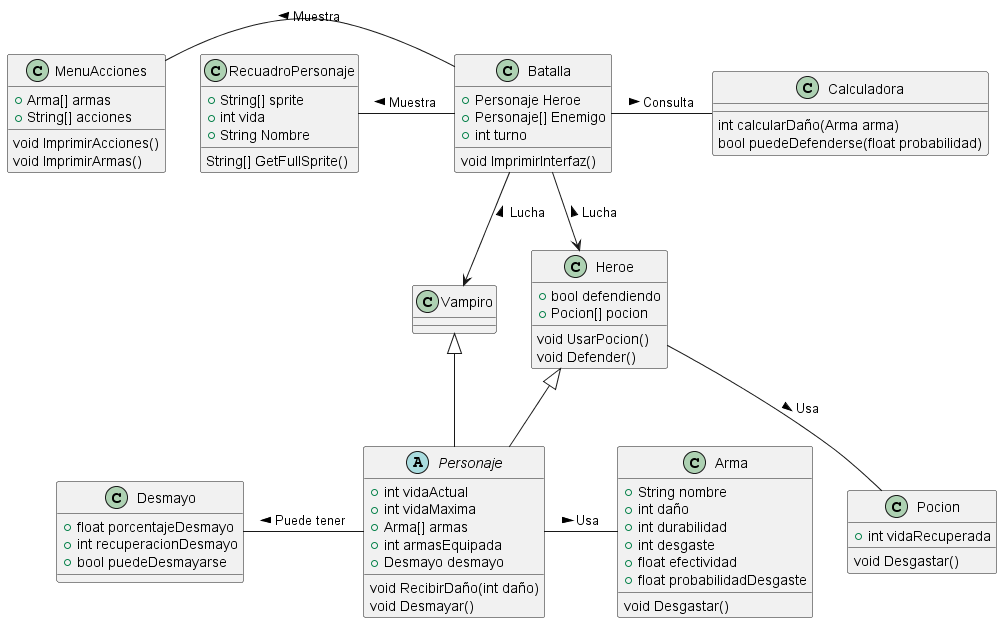
This is out/Grupo1/MDominio/Clases/Clases.png from mmasias/IdSw2-22-23, a PlantUML export, as it was before one commit. Source of this version:
```plantuml
@startuml Clases

class Batalla{
    +Personaje Heroe
    +Personaje[] Enemigo
    +int turno

    void ImprimirInterfaz()
}

abstract Personaje{
    +int vidaActual
    +int vidaMaxima
    +Arma[] armas
    +int armasEquipada
    +Desmayo desmayo
    void RecibirDaño(int daño)
    void Desmayar()
}

class Arma {
    +String nombre
    +int daño
    +int durabilidad
    +int desgaste
    +float efectividad
    +float probabilidadDesgaste
    void Desgastar()
}

class Desmayo{
    +float porcentajeDesmayo
    +int recuperacionDesmayo
    +bool puedeDesmayarse
}

class Vampiro{
}

class Heroe{
    +bool defendiendo
    +Pocion[] pocion
    void UsarPocion()
    void Defender()
}

class Pocion{
    +int vidaRecuperada
    void Desgastar()
}

class RecuadroPersonaje {
    +String[] sprite
    +int vida
    +String Nombre
    String[] GetFullSprite()
}

class MenuAcciones {
    +Arma[] armas
    +String[] acciones

    void ImprimirAcciones()
    void ImprimirArmas()

}

class Calculadora {
    int calcularDaño(Arma arma)
    bool puedeDefenderse(float probabilidad)
}

Batalla -l- RecuadroPersonaje : Muestra >
Batalla -l- MenuAcciones : Muestra >
Batalla -r- Calculadora : Consulta >

Personaje -u-|> Heroe
Personaje -u-|> Vampiro

Batalla -d-> Heroe : Lucha <
Batalla -d-> Vampiro : Lucha <


Heroe -d- Pocion : Usa >

Personaje -r- Arma : Usa >
Personaje -l- Desmayo : Puede tener >



@enduml
```
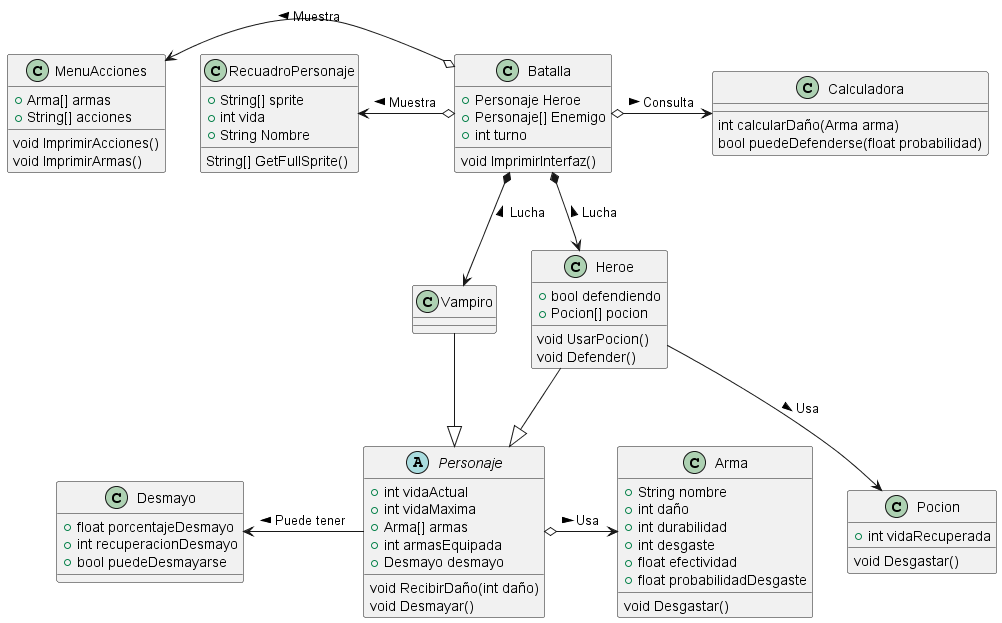
Later version of the same file.

The edit, as a diff of the source:
```diff
@@ -70,21 +70,20 @@
     bool puedeDefenderse(float probabilidad)
 }
 
-Batalla -l- RecuadroPersonaje : Muestra >
-Batalla -l- MenuAcciones : Muestra >
-Batalla -r- Calculadora : Consulta >
+Batalla o-l-> RecuadroPersonaje : Muestra >
+Batalla o-l-> MenuAcciones : Muestra >
+Batalla o-r-> Calculadora : Consulta >
 
-Personaje -u-|> Heroe
-Personaje -u-|> Vampiro
+Personaje <|-u- Heroe
+Personaje <|-u- Vampiro
 
-Batalla -d-> Heroe : Lucha <
-Batalla -d-> Vampiro : Lucha <
+Batalla *-d-> Heroe : Lucha <
+Batalla *-d-> Vampiro : Lucha <
 
+Heroe -d-> Pocion : Usa >
 
-Heroe -d- Pocion : Usa >
-
-Personaje -r- Arma : Usa >
-Personaje -l- Desmayo : Puede tener >
+Personaje o-r-> Arma : Usa >
+Personaje -l-> Desmayo : Puede tener >
 
 
 
```
